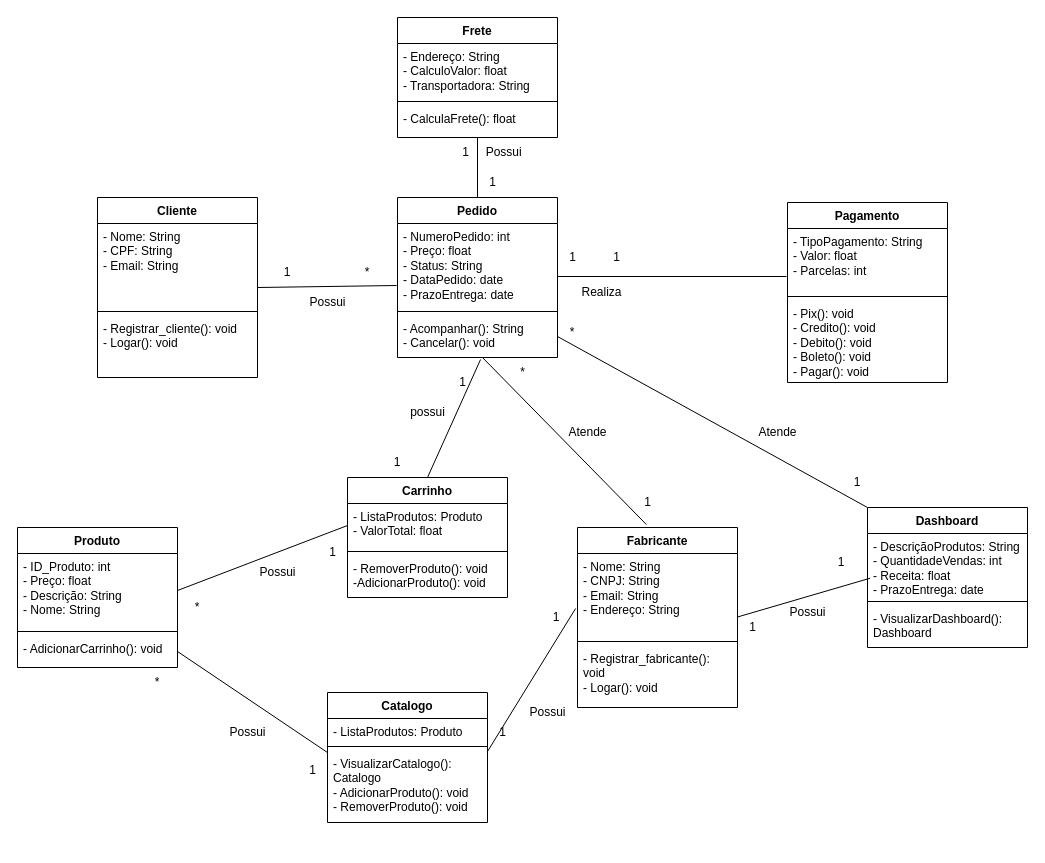
Earlier version of the draw.io diagram DiagramaClasses.drawio (PedroAP2/Projeto-EngenhariaDaComputacao). Source tidied: cells renumbered, new cells numbered last; positions are measured from the earlier drawing's top-left corner, leaving out a move shared by most shapes. Both pictures are drawn from the tidied source at 100%, with x=0, y=0 at pixel (17, 17).
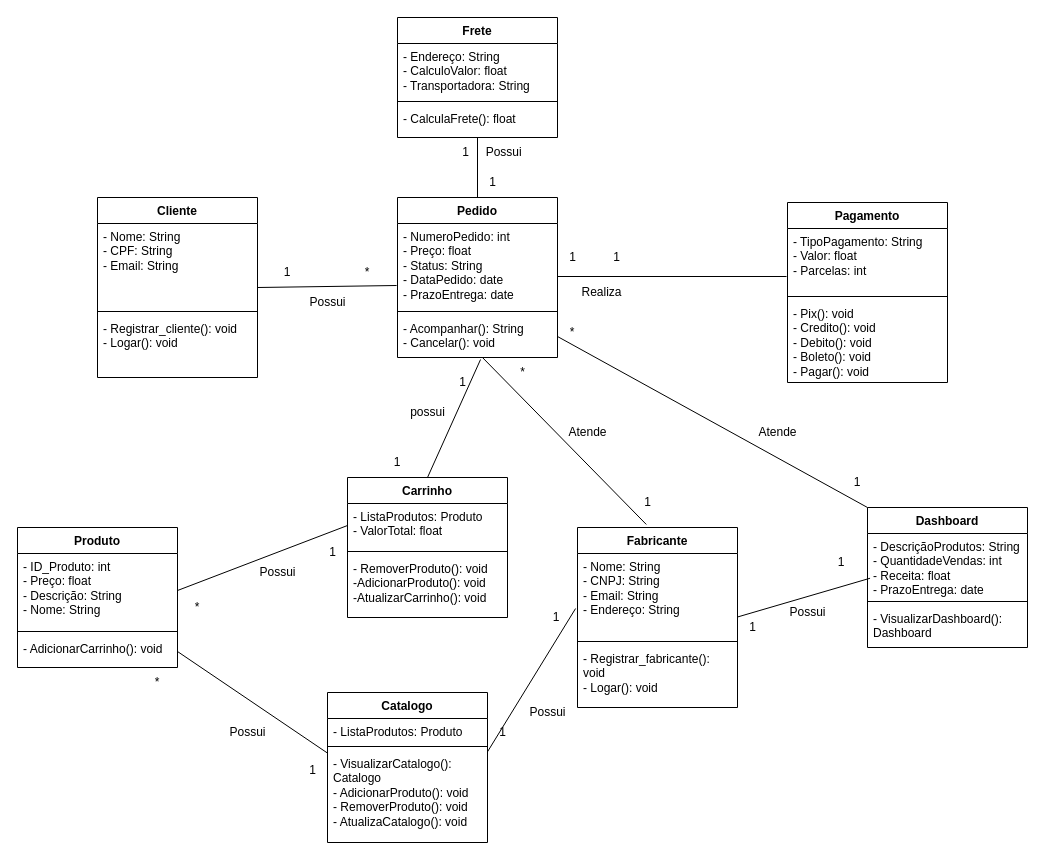
Above is the later version.

The change refers to these unchanged cells:
```xml
<mxCell id="6" value="Fabricante" style="swimlane;fontStyle=1;align=center;verticalAlign=top;horizontal=1;startSize=26;whiteSpace=wrap;html=1;" parent="1" vertex="1">
  <mxGeometry x="560" y="510" width="160" height="180" as="geometry" />
</mxCell>
```

The edit, as a diff of the source:
```diff
@@
-    <mxCell id="9" value="- Registrar_fabricante(): void&lt;br&gt;- Logar(): void" style="text;strokeColor=none;fillColor=none;align=left;verticalAlign=top;spacingLeft=4;spacingRight=4;overflow=hidden;whiteSpace=wrap;html=1;" parent="6" vertex="1">
+    <mxCell id="9" value="- Registrar_fabricante(): void&lt;br&gt;- Logar(): void&lt;br&gt;&lt;br&gt;" style="text;strokeColor=none;fillColor=none;align=left;verticalAlign=top;spacingLeft=4;spacingRight=4;overflow=hidden;whiteSpace=wrap;html=1;" parent="6" vertex="1">
       <mxGeometry y="118" width="160" height="62" as="geometry" />
     </mxCell>
@@
     <mxCell id="18" value="Catalogo" style="swimlane;fontStyle=1;align=center;verticalAlign=top;horizontal=1;startSize=26;whiteSpace=wrap;html=1;" parent="1" vertex="1">
-      <mxGeometry x="310" y="675" width="160" height="130" as="geometry" />
+      <mxGeometry x="310" y="675" width="160" height="150" as="geometry" />
     </mxCell>
@@
-    <mxCell id="21" value="- VisualizarCatalogo(): Catalogo&lt;br&gt;- AdicionarProduto(): void&lt;br&gt;- RemoverProduto(): void" style="text;strokeColor=none;fillColor=none;align=left;verticalAlign=top;spacingLeft=4;spacingRight=4;overflow=hidden;points=[[0,0.5],[1,0.5]];portConstraint=eastwest;whiteSpace=wrap;html=1;" parent="18" vertex="1">
-      <mxGeometry y="58" width="160" height="72" as="geometry" />
+    <mxCell id="21" value="- VisualizarCatalogo(): Catalogo&lt;br&gt;- AdicionarProduto(): void&lt;br&gt;- RemoverProduto(): void&lt;br&gt;- AtualizaCatalogo(): void" style="text;strokeColor=none;fillColor=none;align=left;verticalAlign=top;spacingLeft=4;spacingRight=4;overflow=hidden;points=[[0,0.5],[1,0.5]];portConstraint=eastwest;whiteSpace=wrap;html=1;" parent="18" vertex="1">
+      <mxGeometry y="58" width="160" height="92" as="geometry" />
     </mxCell>
@@
     <mxCell id="34" value="Carrinho" style="swimlane;fontStyle=1;align=center;verticalAlign=top;horizontal=1;startSize=26;whiteSpace=wrap;html=1;" parent="1" vertex="1">
-      <mxGeometry x="330" y="460" width="160" height="120" as="geometry" />
+      <mxGeometry x="330" y="460" width="160" height="140" as="geometry" />
     </mxCell>
@@
-    <mxCell id="37" value="- RemoverProduto(): void&lt;br&gt;-AdicionarProduto(): void" style="text;strokeColor=none;fillColor=none;align=left;verticalAlign=top;spacingLeft=4;spacingRight=4;overflow=hidden;whiteSpace=wrap;html=1;" parent="34" vertex="1">
-      <mxGeometry y="78" width="160" height="42" as="geometry" />
+    <mxCell id="37" value="- RemoverProduto(): void&lt;br&gt;-AdicionarProduto(): void&lt;br&gt;-AtualizarCarrinho(): void" style="text;strokeColor=none;fillColor=none;align=left;verticalAlign=top;spacingLeft=4;spacingRight=4;overflow=hidden;whiteSpace=wrap;html=1;" parent="34" vertex="1">
+      <mxGeometry y="78" width="160" height="62" as="geometry" />
     </mxCell>
```
